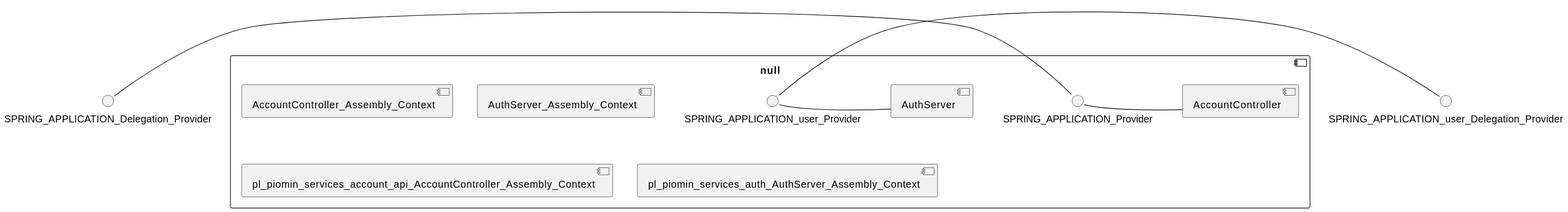
View-Based-Reverse-Engineering/Retriever-Benchmark keeps this PlantUML diagram as piomin-sample-spring-oauth2-microservices/model_re/uml/systemDiagram.svg. Above is the earlier version. The source it was exported from:
```plantuml
@startuml
skinparam fixCircleLabelOverlapping true
() SPRING_APPLICATION_Delegation_Provider
() SPRING_APPLICATION_user_Delegation_Provider
component null {
SPRING_APPLICATION_Delegation_Provider - SPRING_APPLICATION_Provider
SPRING_APPLICATION_Provider - [AccountController]
SPRING_APPLICATION_user_Delegation_Provider - SPRING_APPLICATION_user_Provider
SPRING_APPLICATION_user_Provider - [AuthServer]
[AccountController_Assembly_Context] [[piomin-sample-spring-oauth2-microservices.repository#_3WiItLw4Ee6VtKTfnmWHSQ]]
[AuthServer_Assembly_Context] [[piomin-sample-spring-oauth2-microservices.repository#_3WiItLw4Ee6VtKTfnmWHSQ]]
[pl_piomin_services_account_api_AccountController_Assembly_Context] [[piomin-sample-spring-oauth2-microservices.repository#_3WiItLw4Ee6VtKTfnmWHSQ]]
[pl_piomin_services_auth_AuthServer_Assembly_Context] [[piomin-sample-spring-oauth2-microservices.repository#_3WiItLw4Ee6VtKTfnmWHSQ]]
}
@enduml
```
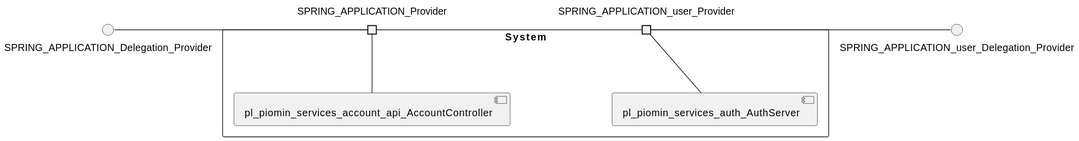
The same file after the commit.

Diff of the diagram source:
```diff
@@ -1,15 +1,16 @@
 @startuml
 skinparam fixCircleLabelOverlapping true
+skinparam componentStyle uml2
 () SPRING_APPLICATION_Delegation_Provider
 () SPRING_APPLICATION_user_Delegation_Provider
-component null {
+rectangle System {
+[pl_piomin_services_account_api_AccountController] [[piomin-sample-spring-oauth2-microservices.repository#_e7blRMApEe6izvNNV_bhug]]
+[pl_piomin_services_auth_AuthServer] [[piomin-sample-spring-oauth2-microservices.repository#_e7blRMApEe6izvNNV_bhug]]
+port SPRING_APPLICATION_Provider
 SPRING_APPLICATION_Delegation_Provider - SPRING_APPLICATION_Provider
-SPRING_APPLICATION_Provider - [AccountController]
+SPRING_APPLICATION_Provider - [pl_piomin_services_account_api_AccountController]
+port SPRING_APPLICATION_user_Provider
 SPRING_APPLICATION_user_Delegation_Provider - SPRING_APPLICATION_user_Provider
-SPRING_APPLICATION_user_Provider - [AuthServer]
-[AccountController_Assembly_Context] [[piomin-sample-spring-oauth2-microservices.repository#_3WiItLw4Ee6VtKTfnmWHSQ]]
-[AuthServer_Assembly_Context] [[piomin-sample-spring-oauth2-microservices.repository#_3WiItLw4Ee6VtKTfnmWHSQ]]
-[pl_piomin_services_account_api_AccountController_Assembly_Context] [[piomin-sample-spring-oauth2-microservices.repository#_3WiItLw4Ee6VtKTfnmWHSQ]]
-[pl_piomin_services_auth_AuthServer_Assembly_Context] [[piomin-sample-spring-oauth2-microservices.repository#_3WiItLw4Ee6VtKTfnmWHSQ]]
+SPRING_APPLICATION_user_Provider - [pl_piomin_services_auth_AuthServer]
 }
 @enduml
```
